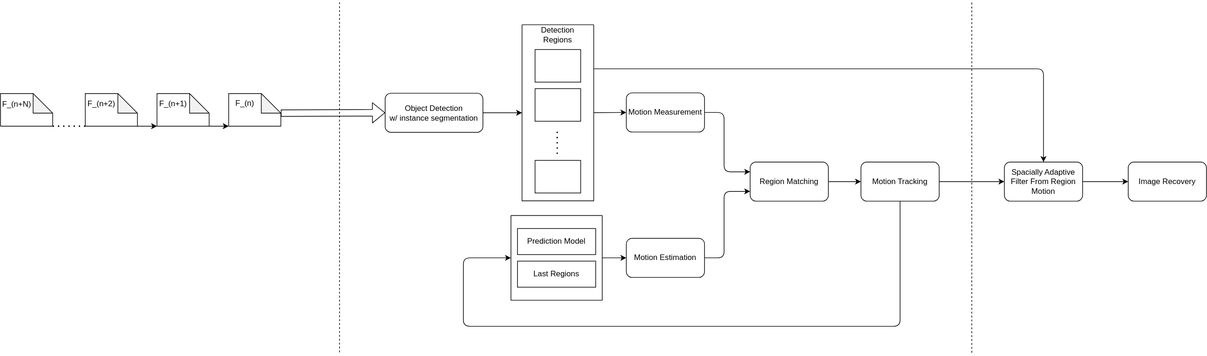
Before: docs/system.drawio.svg, a diagram exported from draw.io (emlyons/mcf). Source tidied: cells renumbered, new cells last; positions are measured from the earlier drawing's top-left corner, leaving out a move shared by most shapes.
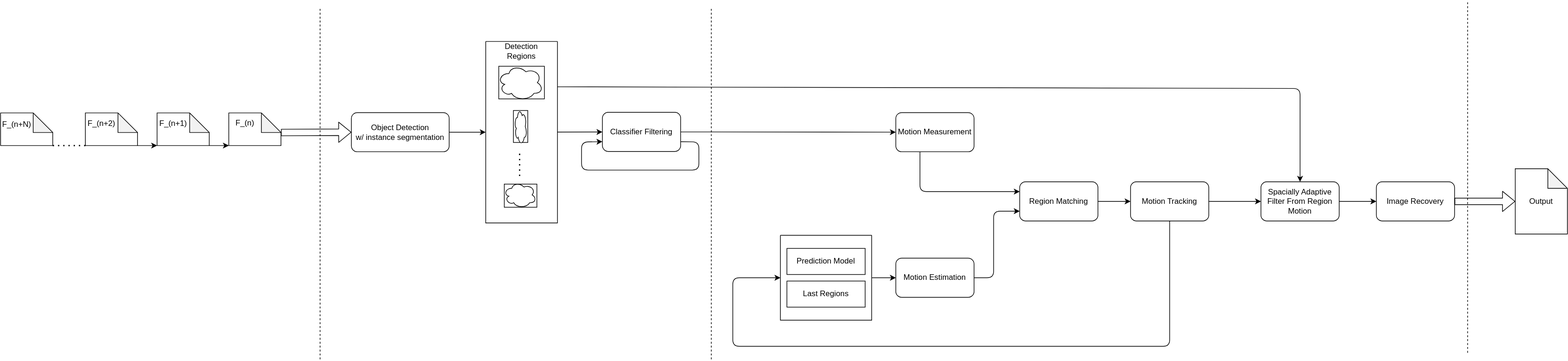
Above is the later version.

Commit message:
updated design docs to address classification filtering

What changed in the source:
```diff
@@ -3,13 +3,13 @@
     <mxCell id="0" />
     <mxCell id="1" parent="0" />
     <mxCell id="2" style="shape=note;whiteSpace=wrap;html=1;backgroundOutline=1;darkOpacity=0.05;" parent="1" vertex="1">
-      <mxGeometry x="350" y="143" width="80" height="50" as="geometry" />
+      <mxGeometry x="50" y="142.5" width="80" height="50" as="geometry" />
     </mxCell>
     <mxCell id="3" style="shape=note;whiteSpace=wrap;html=1;backgroundOutline=1;darkOpacity=0.05;" parent="1" vertex="1">
-      <mxGeometry x="240" y="143" width="80" height="50" as="geometry" />
+      <mxGeometry x="-60" y="142.5" width="80" height="50" as="geometry" />
     </mxCell>
     <mxCell id="4" style="shape=note;whiteSpace=wrap;html=1;backgroundOutline=1;darkOpacity=0.05;" parent="1" vertex="1">
-      <mxGeometry x="130" y="143" width="80" height="50" as="geometry" />
+      <mxGeometry x="-170" y="142.5" width="80" height="50" as="geometry" />
     </mxCell>
     <mxCell id="5" style="endArrow=classic;html=1;exitX=1;exitY=1;exitDx=0;exitDy=0;exitPerimeter=0;entryX=0;entryY=1;entryDx=0;entryDy=0;entryPerimeter=0;" parent="1" edge="1" source="3" target="2">
       <mxGeometry relative="1" as="geometry" />
@@ -18,28 +18,30 @@
       <mxGeometry relative="1" as="geometry" />
     </mxCell>
     <mxCell id="7" value="F_(n+2)" style="text;html=1;strokeColor=none;fillColor=none;align=center;verticalAlign=middle;whiteSpace=wrap;rounded=0;" parent="1" vertex="1">
-      <mxGeometry x="130" y="144" width="50" height="30" as="geometry" />
+      <mxGeometry x="-170" y="143.5" width="50" height="30" as="geometry" />
     </mxCell>
     <mxCell id="8" value="F_(n+1)" style="text;html=1;strokeColor=none;fillColor=none;align=center;verticalAlign=middle;whiteSpace=wrap;rounded=0;" parent="1" vertex="1">
-      <mxGeometry x="240" y="144" width="50" height="30" as="geometry" />
+      <mxGeometry x="-60" y="143.5" width="50" height="30" as="geometry" />
     </mxCell>
     <mxCell id="9" value="F_(n)" style="text;html=1;strokeColor=none;fillColor=none;align=center;verticalAlign=middle;whiteSpace=wrap;rounded=0;" parent="1" vertex="1">
-      <mxGeometry x="350" y="143" width="50" height="30" as="geometry" />
+      <mxGeometry x="50" y="142.5" width="50" height="30" as="geometry" />
     </mxCell>
     <mxCell id="10" style="endArrow=none;dashed=1;html=1;dashPattern=1 3;strokeWidth=2;exitX=1;exitY=1;exitDx=0;exitDy=0;exitPerimeter=0;entryX=0;entryY=1;entryDx=0;entryDy=0;entryPerimeter=0;" parent="1" edge="1" source="11" target="4">
       <mxGeometry relative="1" as="geometry" />
     </mxCell>
     <mxCell id="11" style="shape=note;whiteSpace=wrap;html=1;backgroundOutline=1;darkOpacity=0.05;" parent="1" vertex="1">
-      <mxGeometry y="143" width="80" height="50" as="geometry" />
+      <mxGeometry x="-300" y="142.5" width="80" height="50" as="geometry" />
     </mxCell>
     <mxCell id="12" value="F_(n+N)" style="text;html=1;strokeColor=none;fillColor=none;align=center;verticalAlign=middle;whiteSpace=wrap;rounded=0;" parent="1" vertex="1">
-      <mxGeometry y="145" width="50" height="30" as="geometry" />
+      <mxGeometry x="-300" y="144.5" width="50" height="30" as="geometry" />
     </mxCell>
-    <mxCell id="13" style="edgeStyle=none;html=1;entryX=0;entryY=0.5;entryDx=0;entryDy=0;" parent="1" edge="1" source="14" target="29">
-      <mxGeometry relative="1" as="geometry" />
+    <mxCell id="13" style="edgeStyle=none;html=1;entryX=0;entryY=0.5;entryDx=0;entryDy=0;" parent="1" edge="1" source="14">
+      <mxGeometry relative="1" as="geometry">
+        <mxPoint x="444" y="172" as="targetPoint" />
+      </mxGeometry>
     </mxCell>
     <mxCell id="14" value="Object Detection&lt;br&gt;w/ instance segmentation" style="rounded=1;whiteSpace=wrap;html=1;" parent="1" vertex="1">
-      <mxGeometry x="590" y="142.5" width="150" height="60" as="geometry" />
+      <mxGeometry x="238" y="142" width="150" height="60" as="geometry" />
     </mxCell>
     <mxCell id="15" style="edgeStyle=none;html=1;entryX=0;entryY=0.25;entryDx=0;entryDy=0;exitX=1;exitY=0.5;exitDx=0;exitDy=0;" parent="1" edge="1" source="16" target="33">
       <mxGeometry relative="1" as="geometry">
@@ -50,39 +52,33 @@
       </mxGeometry>
     </mxCell>
     <mxCell id="16" value="Motion Measurement" style="rounded=1;whiteSpace=wrap;html=1;" parent="1" vertex="1">
-      <mxGeometry x="960" y="142" width="120" height="60" as="geometry" />
+      <mxGeometry x="1073" y="142" width="120" height="60" as="geometry" />
     </mxCell>
     <mxCell id="17" style="edgeStyle=none;html=1;entryX=0.5;entryY=0;entryDx=0;entryDy=0;exitX=1;exitY=0.25;exitDx=0;exitDy=0;" parent="1" edge="1" source="29" target="40">
       <mxGeometry relative="1" as="geometry">
         <Array as="points">
-          <mxPoint x="1600" y="105" />
+          <mxPoint x="1693" y="105" />
         </Array>
       </mxGeometry>
     </mxCell>
     <mxCell id="18" style="rounded=0;whiteSpace=wrap;html=1;" parent="1" vertex="1">
-      <mxGeometry x="820" y="75.5" width="70" height="50" as="geometry" />
+      <mxGeometry x="464" y="71" width="70" height="50" as="geometry" />
     </mxCell>
-    <mxCell id="19" style="rounded=0;whiteSpace=wrap;html=1;" parent="1" vertex="1">
-      <mxGeometry x="820" y="135.5" width="70" height="50" as="geometry" />
-    </mxCell>
-    <mxCell id="20" style="rounded=0;whiteSpace=wrap;html=1;" parent="1" vertex="1">
-      <mxGeometry x="820" y="245.5" width="70" height="50" as="geometry" />
-    </mxCell>
     <mxCell id="21" style="endArrow=none;dashed=1;html=1;dashPattern=1 3;strokeWidth=2;" parent="1" edge="1">
       <mxGeometry relative="1" as="geometry">
-        <mxPoint x="854" y="235.5" as="sourcePoint" />
-        <mxPoint x="854" y="195.5" as="targetPoint" />
+        <mxPoint x="496" y="239" as="sourcePoint" />
+        <mxPoint x="496" y="199" as="targetPoint" />
       </mxGeometry>
     </mxCell>
     <mxCell id="22" style="edgeStyle=none;html=1;entryX=0;entryY=0.5;entryDx=0;entryDy=0;" parent="1" edge="1" source="24" target="36">
       <mxGeometry relative="1" as="geometry">
         <Array as="points">
-          <mxPoint x="1380" y="470" />
-          <mxPoint x="1380" y="500" />
-          <mxPoint x="1120" y="500" />
-          <mxPoint x="910" y="500" />
-          <mxPoint x="710" y="500" />
-          <mxPoint x="710" y="395" />
+          <mxPoint x="1493" y="470" />
+          <mxPoint x="1493" y="500" />
+          <mxPoint x="1233" y="500" />
+          <mxPoint x="1023" y="500" />
+          <mxPoint x="823" y="500" />
+          <mxPoint x="823" y="395" />
         </Array>
       </mxGeometry>
     </mxCell>
@@ -90,31 +86,45 @@
       <mxGeometry relative="1" as="geometry" />
     </mxCell>
     <mxCell id="24" value="Motion Tracking" style="rounded=1;whiteSpace=wrap;html=1;" parent="1" vertex="1">
-      <mxGeometry x="1320" y="248" width="120" height="60" as="geometry" />
+      <mxGeometry x="1433" y="248" width="120" height="60" as="geometry" />
     </mxCell>
     <mxCell id="25" style="edgeStyle=none;html=1;entryX=0;entryY=0.75;entryDx=0;entryDy=0;exitX=1;exitY=0.5;exitDx=0;exitDy=0;" parent="1" edge="1" source="26" target="33">
       <mxGeometry relative="1" as="geometry">
         <Array as="points">
-          <mxPoint x="1110" y="395" />
-          <mxPoint x="1110" y="293" />
+          <mxPoint x="1223" y="395" />
+          <mxPoint x="1223" y="293" />
         </Array>
       </mxGeometry>
     </mxCell>
     <mxCell id="26" value="Motion Estimation" style="rounded=1;whiteSpace=wrap;html=1;" parent="1" vertex="1">
-      <mxGeometry x="960" y="365" width="120" height="60" as="geometry" />
+      <mxGeometry x="1073" y="365" width="120" height="60" as="geometry" />
     </mxCell>
     <mxCell id="27" style="edgeStyle=none;html=1;exitX=1;exitY=0.5;exitDx=0;exitDy=0;" parent="1" edge="1" source="36" target="26">
       <mxGeometry relative="1" as="geometry" />
     </mxCell>
-    <mxCell id="28" style="edgeStyle=none;html=1;entryX=0;entryY=0.5;entryDx=0;entryDy=0;" parent="1" edge="1" source="29" target="16">
-      <mxGeometry relative="1" as="geometry" />
-    </mxCell>
+    <mxCell id="42" style="edgeStyle=none;html=1;" parent="1" edge="1" target="50">
+      <mxGeometry relative="1" as="geometry">
+        <mxPoint x="554" y="171.9" as="sourcePoint" />
+      </mxGeometry>
+    </mxCell>
     <mxCell id="29" style="swimlane;startSize=0;" parent="1" vertex="1">
-      <mxGeometry x="800" y="37.5" width="110" height="270" as="geometry" />
+      <mxGeometry x="444" y="33" width="110" height="278" as="geometry" />
     </mxCell>
     <mxCell id="30" value="Detection Regions" style="text;html=1;strokeColor=none;fillColor=none;align=center;verticalAlign=middle;whiteSpace=wrap;rounded=0;" parent="29" vertex="1">
       <mxGeometry x="20" width="70" height="30" as="geometry" />
     </mxCell>
+    <mxCell id="19" style="rounded=0;whiteSpace=wrap;html=1;" parent="29" vertex="1">
+      <mxGeometry x="42.5" y="105.8" width="22" height="49" as="geometry" />
+    </mxCell>
+    <mxCell id="20" style="rounded=0;whiteSpace=wrap;html=1;" parent="29" vertex="1">
+      <mxGeometry x="28.5" y="218.5" width="50" height="35.5" as="geometry" />
+    </mxCell>
+    <mxCell id="43" style="ellipse;shape=cloud;whiteSpace=wrap;html=1;" parent="29" vertex="1">
+      <mxGeometry x="44" y="102.5" width="19" height="55.5" as="geometry" />
+    </mxCell>
+    <mxCell id="44" style="ellipse;shape=cloud;whiteSpace=wrap;html=1;" parent="29" vertex="1">
+      <mxGeometry x="27.5" y="215" width="50" height="40" as="geometry" />
+    </mxCell>
     <mxCell id="31" style="shape=flexArrow;endArrow=classic;html=1;exitX=0;exitY=0;exitDx=80;exitDy=30;exitPerimeter=0;entryX=0;entryY=0.5;entryDx=0;entryDy=0;" parent="1" edge="1" source="2" target="14">
       <mxGeometry relative="1" as="geometry" />
     </mxCell>
@@ -122,37 +132,69 @@
       <mxGeometry relative="1" as="geometry" />
     </mxCell>
     <mxCell id="33" value="Region Matching" style="rounded=1;whiteSpace=wrap;html=1;" parent="1" vertex="1">
-      <mxGeometry x="1150" y="248" width="120" height="60" as="geometry" />
+      <mxGeometry x="1263" y="248" width="120" height="60" as="geometry" />
     </mxCell>
     <mxCell id="34" value="Prediction Model" style="rounded=0;whiteSpace=wrap;html=1;" parent="1" vertex="1">
-      <mxGeometry x="793" y="350" width="120" height="40" as="geometry" />
+      <mxGeometry x="906" y="350" width="120" height="40" as="geometry" />
     </mxCell>
     <mxCell id="35" value="Last Regions" style="rounded=0;whiteSpace=wrap;html=1;" parent="1" vertex="1">
-      <mxGeometry x="793" y="400" width="120" height="40" as="geometry" />
+      <mxGeometry x="906" y="400" width="120" height="40" as="geometry" />
     </mxCell>
     <mxCell id="36" style="swimlane;startSize=0;" parent="1" vertex="1">
-      <mxGeometry x="783" y="330" width="140" height="130" as="geometry" />
+      <mxGeometry x="896" y="330" width="140" height="130" as="geometry" />
     </mxCell>
     <mxCell id="37" style="endArrow=none;dashed=1;html=1;" parent="1" edge="1">
       <mxGeometry relative="1" as="geometry">
-        <mxPoint x="520" y="540" as="sourcePoint" />
-        <mxPoint x="520" as="targetPoint" />
+        <mxPoint x="190" y="520" as="sourcePoint" />
+        <mxPoint x="190" y="-20" as="targetPoint" />
       </mxGeometry>
     </mxCell>
     <mxCell id="38" style="endArrow=none;dashed=1;html=1;" parent="1" edge="1">
       <mxGeometry relative="1" as="geometry">
-        <mxPoint x="1490" y="540.5" as="sourcePoint" />
-        <mxPoint x="1490" y="0.5" as="targetPoint" />
+        <mxPoint x="1950" y="510" as="sourcePoint" />
+        <mxPoint x="1950" y="-30" as="targetPoint" />
       </mxGeometry>
     </mxCell>
-    <mxCell id="39" style="edgeStyle=none;html=1;entryX=0;entryY=0.5;entryDx=0;entryDy=0;" parent="1" edge="1" source="40" target="41">
+    <mxCell id="39" style="edgeStyle=none;html=1;entryX=0;entryY=0.5;entryDx=0;entryDy=0;exitX=1;exitY=0.5;exitDx=0;exitDy=0;" parent="1" edge="1" source="40" target="41">
       <mxGeometry relative="1" as="geometry" />
     </mxCell>
     <mxCell id="40" value="Spacially Adaptive Filter From Region Motion" style="rounded=1;whiteSpace=wrap;html=1;" parent="1" vertex="1">
-      <mxGeometry x="1540" y="248" width="120" height="60" as="geometry" />
+      <mxGeometry x="1633" y="248" width="120" height="60" as="geometry" />
     </mxCell>
     <mxCell id="41" value="Image Recovery" style="rounded=1;whiteSpace=wrap;html=1;" parent="1" vertex="1">
-      <mxGeometry x="1730" y="248" width="120" height="60" as="geometry" />
+      <mxGeometry x="1810" y="248" width="120" height="60" as="geometry" />
     </mxCell>
+    <mxCell id="45" style="ellipse;shape=cloud;whiteSpace=wrap;html=1;" parent="1" vertex="1">
+      <mxGeometry x="462" y="68.5" width="70" height="55" as="geometry" />
+    </mxCell>
+    <mxCell id="46" value="Output" style="shape=note;whiteSpace=wrap;html=1;backgroundOutline=1;darkOpacity=0.05;" parent="1" vertex="1">
+      <mxGeometry x="2023" y="228" width="80" height="100" as="geometry" />
+    </mxCell>
+    <mxCell id="47" style="shape=flexArrow;endArrow=classic;html=1;exitX=1;exitY=0.5;exitDx=0;exitDy=0;entryX=0;entryY=0.5;entryDx=0;entryDy=0;entryPerimeter=0;" parent="1" edge="1" source="41" target="46">
+      <mxGeometry relative="1" as="geometry" />
+    </mxCell>
+    <mxCell id="48" style="edgeStyle=none;html=1;entryX=0;entryY=0.5;entryDx=0;entryDy=0;" parent="1" edge="1" source="50" target="16">
+      <mxGeometry relative="1" as="geometry" />
+    </mxCell>
+    <mxCell id="49" style="edgeStyle=none;html=1;exitX=1;exitY=0.75;exitDx=0;exitDy=0;entryX=0;entryY=0.75;entryDx=0;entryDy=0;" parent="1" edge="1" source="50" target="50">
+      <mxGeometry relative="1" as="geometry">
+        <Array as="points">
+          <mxPoint x="771" y="187" />
+          <mxPoint x="771" y="230" />
+          <mxPoint x="681" y="230" />
+          <mxPoint x="591" y="230" />
+          <mxPoint x="591" y="187" />
+        </Array>
+      </mxGeometry>
+    </mxCell>
+    <mxCell id="50" value="Classifier Filtering" style="rounded=1;whiteSpace=wrap;html=1;" parent="1" vertex="1">
+      <mxGeometry x="623" y="141.5" width="120" height="60" as="geometry" />
+    </mxCell>
+    <mxCell id="51" style="endArrow=none;dashed=1;html=1;" parent="1" edge="1">
+      <mxGeometry relative="1" as="geometry">
+        <mxPoint x="790" y="520" as="sourcePoint" />
+        <mxPoint x="790" y="-20" as="targetPoint" />
+      </mxGeometry>
+    </mxCell>
   </root>
 </mxGraphModel>
```
